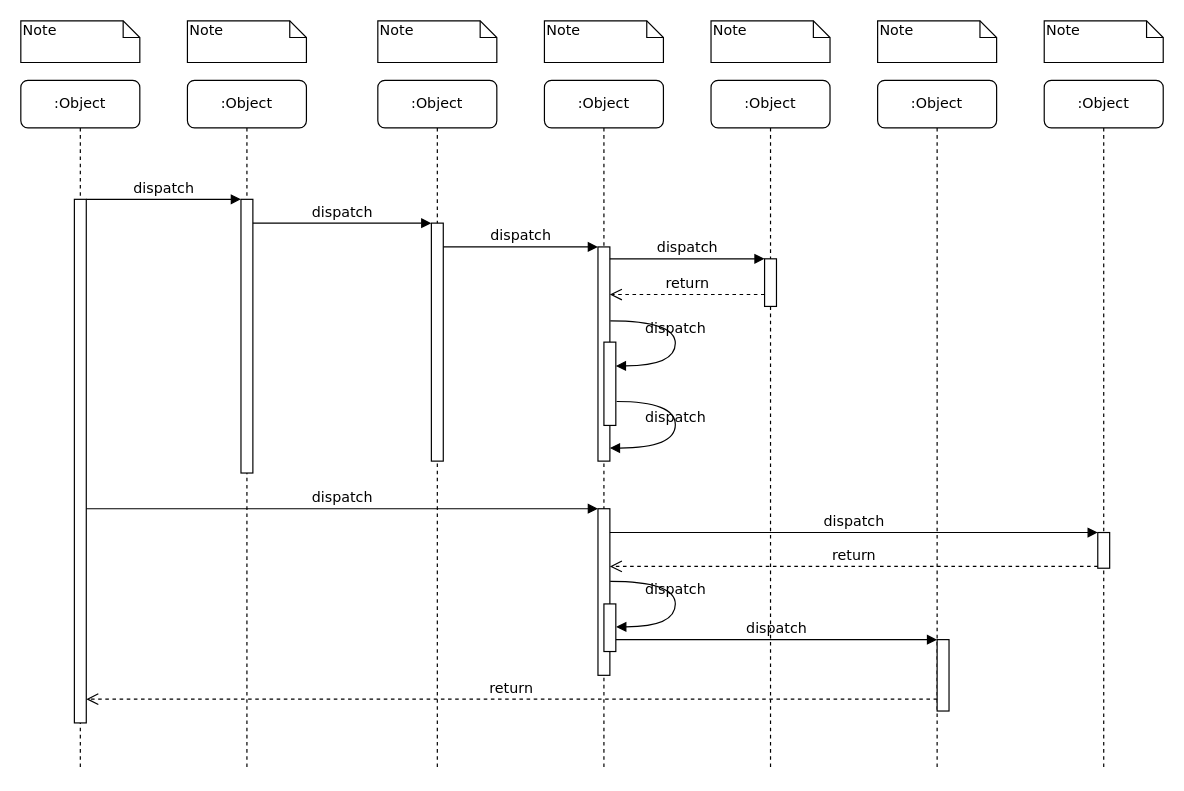
The draw.io diagram 账务/design drawio/账务时序图.drawio in remind/doanything-docs, before the edit. Source tidied: cells renumbered, new cells numbered last; positions are measured from the earlier drawing's top-left corner, leaving out a move shared by most shapes. Both pictures are drawn from the tidied source at 119%, with x=0, y=0 at pixel (20, 20).
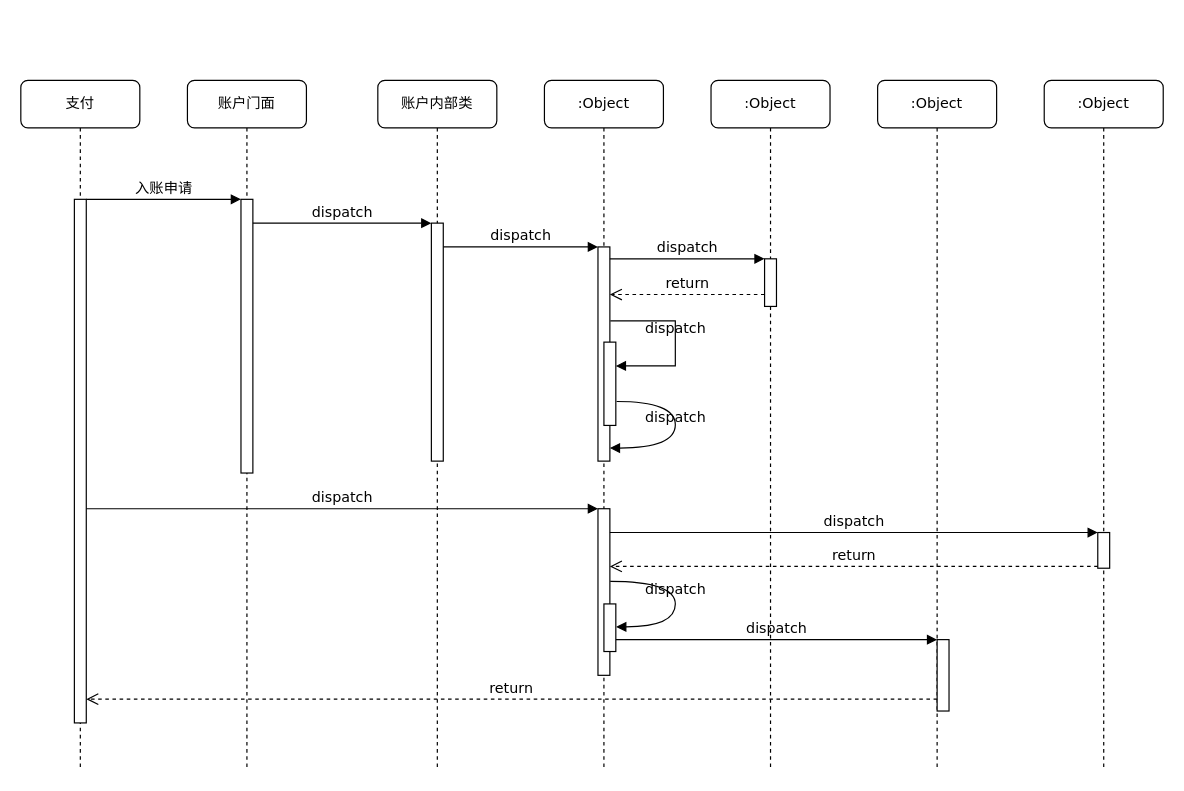
Above is the later version.

Commit message:
更新账务时序图.drawio

Unchanged cells that the change refers to:
```xml
<mxCell id="3" style="html=1;points=[];perimeter=orthogonalPerimeter;rounded=0;shadow=0;comic=0;labelBackgroundColor=none;strokeWidth=1;fontFamily=Verdana;fontSize=12;align=center;" parent="2" vertex="1">
  <mxGeometry x="45" y="100" width="10" height="230" as="geometry" />
</mxCell>
<mxCell id="11" style="html=1;points=[];perimeter=orthogonalPerimeter;rounded=0;shadow=0;comic=0;labelBackgroundColor=none;strokeWidth=1;fontFamily=Verdana;fontSize=12;align=center;" parent="10" vertex="1">
  <mxGeometry x="45" y="100" width="10" height="440" as="geometry" />
</mxCell>
<mxCell id="12" style="html=1;points=[];perimeter=orthogonalPerimeter;rounded=0;shadow=0;comic=0;labelBackgroundColor=none;strokeWidth=1;fontFamily=Verdana;fontSize=12;align=center;" parent="1" vertex="1">
  <mxGeometry x="485" y="190" width="10" height="180" as="geometry" />
</mxCell>
<mxCell id="27" style="html=1;points=[];perimeter=orthogonalPerimeter;rounded=0;shadow=0;comic=0;labelBackgroundColor=none;strokeWidth=1;fontFamily=Verdana;fontSize=12;align=center;" parent="1" vertex="1">
  <mxGeometry x="490" y="270" width="10" height="70" as="geometry" />
</mxCell>
```

Change to the diagram source:
```diff
@@
-    <mxCell id="2" value=":Object" style="shape=umlLifeline;perimeter=lifelinePerimeter;whiteSpace=wrap;html=1;rounded=1;shadow=0;comic=0;labelBackgroundColor=none;strokeWidth=1;fontFamily=Verdana;fontSize=12;align=center;" parent="1" vertex="1">
+    <mxCell id="2" value="账户门面" style="shape=umlLifeline;perimeter=lifelinePerimeter;whiteSpace=wrap;html=1;rounded=1;shadow=0;comic=0;labelBackgroundColor=none;strokeWidth=1;fontFamily=Verdana;fontSize=12;align=center;" parent="1" vertex="1">
       <mxGeometry x="140" y="50" width="100" height="580" as="geometry" />
     </mxCell>
@@
-    <mxCell id="4" value=":Object" style="shape=umlLifeline;perimeter=lifelinePerimeter;whiteSpace=wrap;html=1;rounded=1;shadow=0;comic=0;labelBackgroundColor=none;strokeWidth=1;fontFamily=Verdana;fontSize=12;align=center;" parent="1" vertex="1">
+    <mxCell id="4" value="账户内部类" style="shape=umlLifeline;perimeter=lifelinePerimeter;whiteSpace=wrap;html=1;rounded=1;shadow=0;comic=0;labelBackgroundColor=none;strokeWidth=1;fontFamily=Verdana;fontSize=12;align=center;" parent="1" vertex="1">
       <mxGeometry x="300" y="50" width="100" height="580" as="geometry" />
     </mxCell>
@@
-    <mxCell id="10" value=":Object" style="shape=umlLifeline;perimeter=lifelinePerimeter;whiteSpace=wrap;html=1;rounded=1;shadow=0;comic=0;labelBackgroundColor=none;strokeWidth=1;fontFamily=Verdana;fontSize=12;align=center;" parent="1" vertex="1">
+    <mxCell id="10" value="支付" style="shape=umlLifeline;perimeter=lifelinePerimeter;whiteSpace=wrap;html=1;rounded=1;shadow=0;comic=0;labelBackgroundColor=none;strokeWidth=1;fontFamily=Verdana;fontSize=12;align=center;" parent="1" vertex="1">
       <mxGeometry y="50" width="100" height="580" as="geometry" />
     </mxCell>
@@
-    <mxCell id="25" value="dispatch" style="html=1;verticalAlign=bottom;endArrow=block;entryX=0;entryY=0;labelBackgroundColor=none;fontFamily=Verdana;fontSize=12;edgeStyle=elbowEdgeStyle;elbow=vertical;" parent="1" edge="1" source="11" target="3">
+    <mxCell id="25" value="入账申请" style="html=1;verticalAlign=bottom;endArrow=block;entryX=0;entryY=0;labelBackgroundColor=none;fontFamily=Verdana;fontSize=12;edgeStyle=elbowEdgeStyle;elbow=vertical;" parent="1" edge="1" source="11" target="3">
       <mxGeometry relative="1" as="geometry" />
     </mxCell>
@@
-    <mxCell id="28" value="dispatch" style="html=1;verticalAlign=bottom;endArrow=block;labelBackgroundColor=none;fontFamily=Verdana;fontSize=12;elbow=vertical;edgeStyle=orthogonalEdgeStyle;curved=1;entryX=1;entryY=0.286;entryPerimeter=0;exitX=1.038;exitY=0.345;exitPerimeter=0;" parent="1" edge="1" source="12" target="27">
+    <mxCell id="28" value="dispatch" style="html=1;verticalAlign=bottom;endArrow=block;labelBackgroundColor=none;fontFamily=Verdana;fontSize=12;elbow=vertical;edgeStyle=orthogonalEdgeStyle;entryX=1;entryY=0.286;entryPerimeter=0;exitX=1.038;exitY=0.345;exitPerimeter=0;rounded=0;" parent="1" edge="1" source="12" target="27">
       <mxGeometry relative="1" as="geometry">
         <Array as="points">
           <mxPoint x="550" y="252" />
           <mxPoint x="550" y="290" />
         </Array>
       </mxGeometry>
     </mxCell>
@@
-    <mxCell id="32" value="Note" style="shape=note;whiteSpace=wrap;html=1;size=14;verticalAlign=top;align=left;spacingTop=-6;rounded=0;shadow=0;comic=0;labelBackgroundColor=none;strokeWidth=1;fontFamily=Verdana;fontSize=12;" parent="1" vertex="1">
-      <mxGeometry width="100" height="35" as="geometry" />
-    </mxCell>
-    <mxCell id="33" value="Note" style="shape=note;whiteSpace=wrap;html=1;size=14;verticalAlign=top;align=left;spacingTop=-6;rounded=0;shadow=0;comic=0;labelBackgroundColor=none;strokeWidth=1;fontFamily=Verdana;fontSize=12;" parent="1" vertex="1">
-      <mxGeometry x="140" width="100" height="35" as="geometry" />
-    </mxCell>
-    <mxCell id="34" value="Note" style="shape=note;whiteSpace=wrap;html=1;size=14;verticalAlign=top;align=left;spacingTop=-6;rounded=0;shadow=0;comic=0;labelBackgroundColor=none;strokeWidth=1;fontFamily=Verdana;fontSize=12;" parent="1" vertex="1">
-      <mxGeometry x="300" width="100" height="35" as="geometry" />
-    </mxCell>
-    <mxCell id="35" value="Note" style="shape=note;whiteSpace=wrap;html=1;size=14;verticalAlign=top;align=left;spacingTop=-6;rounded=0;shadow=0;comic=0;labelBackgroundColor=none;strokeWidth=1;fontFamily=Verdana;fontSize=12;" parent="1" vertex="1">
-      <mxGeometry x="440" width="100" height="35" as="geometry" />
-    </mxCell>
-    <mxCell id="36" value="Note" style="shape=note;whiteSpace=wrap;html=1;size=14;verticalAlign=top;align=left;spacingTop=-6;rounded=0;shadow=0;comic=0;labelBackgroundColor=none;strokeWidth=1;fontFamily=Verdana;fontSize=12;" parent="1" vertex="1">
-      <mxGeometry x="580" width="100" height="35" as="geometry" />
-    </mxCell>
-    <mxCell id="37" value="Note" style="shape=note;whiteSpace=wrap;html=1;size=14;verticalAlign=top;align=left;spacingTop=-6;rounded=0;shadow=0;comic=0;labelBackgroundColor=none;strokeWidth=1;fontFamily=Verdana;fontSize=12;" parent="1" vertex="1">
-      <mxGeometry x="720" width="100" height="35" as="geometry" />
-    </mxCell>
-    <mxCell id="38" value="Note" style="shape=note;whiteSpace=wrap;html=1;size=14;verticalAlign=top;align=left;spacingTop=-6;rounded=0;shadow=0;comic=0;labelBackgroundColor=none;strokeWidth=1;fontFamily=Verdana;fontSize=12;" parent="1" vertex="1">
-      <mxGeometry x="860" width="100" height="35" as="geometry" />
-    </mxCell>
```
